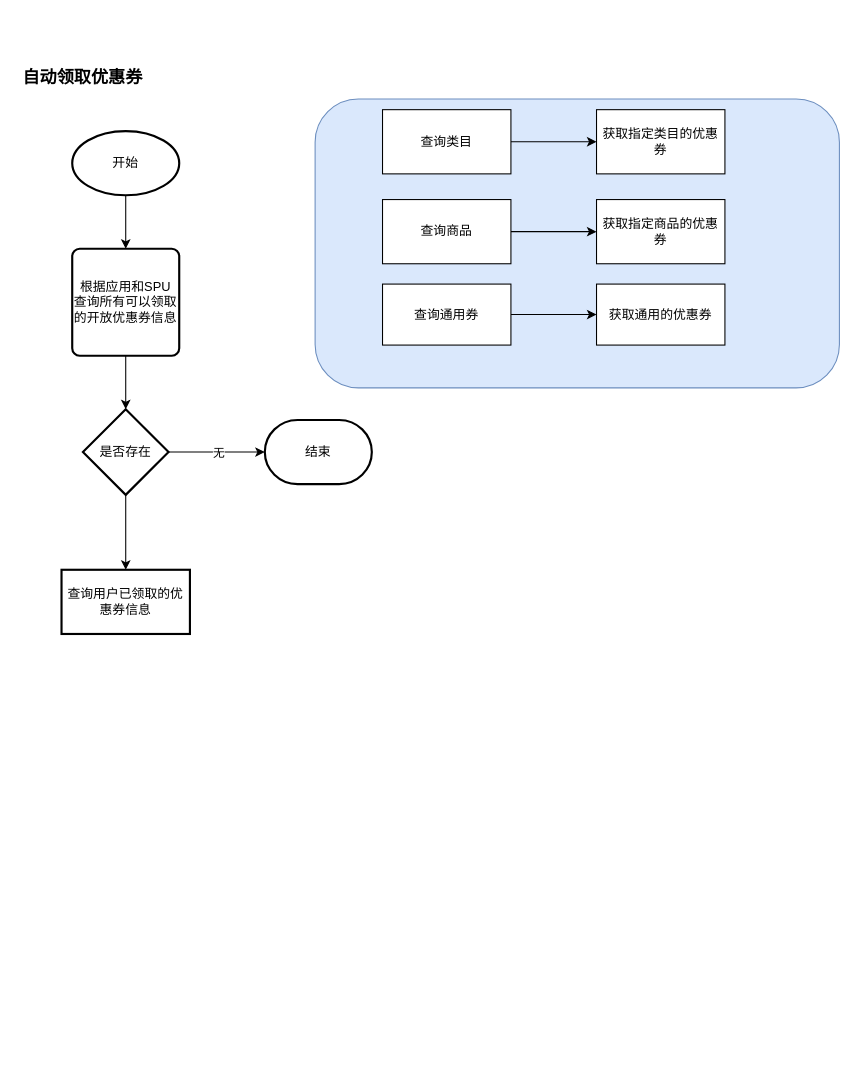
The draw.io diagram 未命名绘图.drawio in SteveGlory/steveglory.github.io, before the edit. Source tidied: cells renumbered, new cells numbered last; positions are measured from the earlier drawing's top-left corner, leaving out a move shared by most shapes. Both pictures are drawn from the tidied source at 107%, with x=0, y=0 at pixel (18, 66).
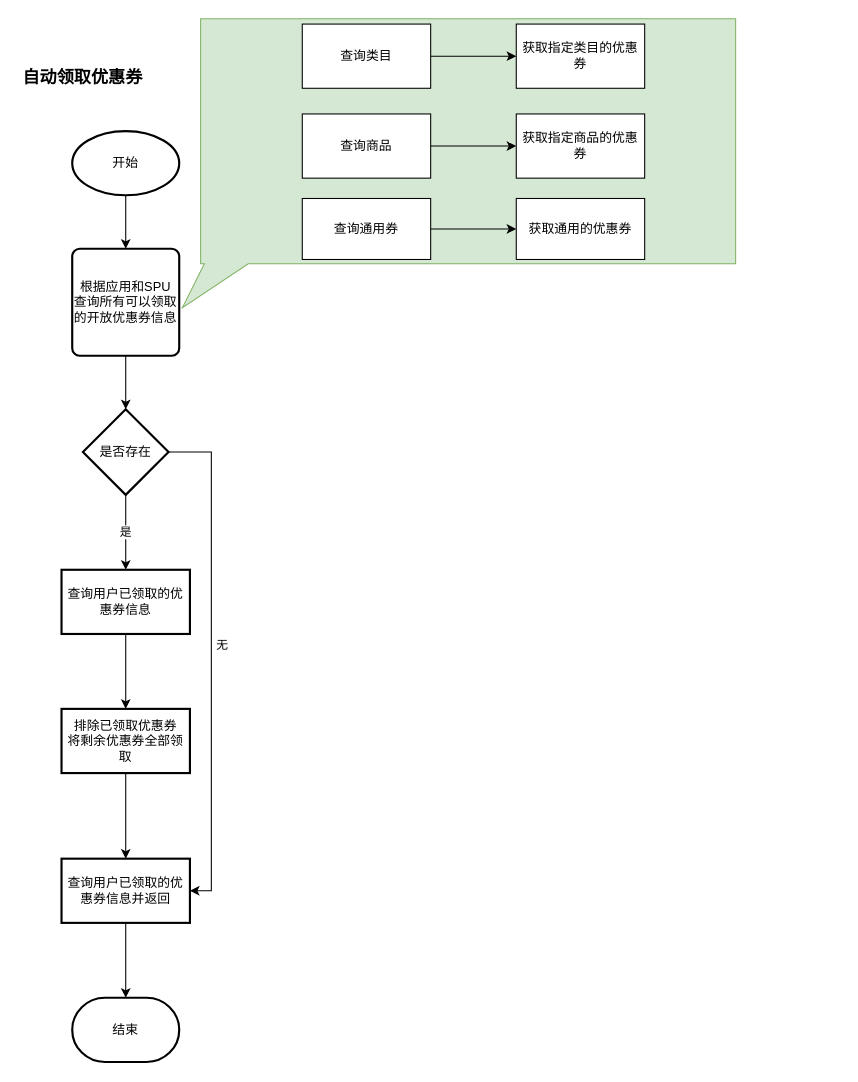
The same diagram, later.

Commit message (it also covers changes not shown here):
更新未命名绘图.drawio

Unchanged cells that the change refers to:
```xml
<mxCell id="10" value="是否存在" style="rhombus;whiteSpace=wrap;html=1;strokeWidth=2;" parent="1" vertex="1">
  <mxGeometry x="60" y="320" width="80" height="80" as="geometry" />
</mxCell>
<mxCell id="12" value="查询用户已领取的优惠券信息" style="whiteSpace=wrap;html=1;strokeWidth=2;" parent="1" vertex="1">
  <mxGeometry x="40" y="470" width="120" height="60" as="geometry" />
</mxCell>
```

Diff of the diagram source:
```diff
@@
-    <mxCell id="2" style="rounded=1;whiteSpace=wrap;html=1;fillColor=#dae8fc;strokeColor=#6c8ebf;" parent="1" vertex="1">
-      <mxGeometry x="277" y="30" width="490" height="270" as="geometry" />
-    </mxCell>
+    <mxCell id="23" style="whiteSpace=wrap;html=1;shape=mxgraph.basic.rectCallout;dx=24;dy=41;boundedLbl=1;fillColor=#d5e8d4;strokeColor=#82b366;" parent="1" vertex="1">
+      <mxGeometry x="170" y="-45" width="500" height="270" as="geometry" />
+    </mxCell>
@@
-    <mxCell id="7" style="edgeStyle=orthogonalEdgeStyle;rounded=0;jettySize=auto;html=1;" parent="1" edge="1" source="10" target="11">
-      <mxGeometry relative="1" as="geometry" />
+    <mxCell id="7" style="edgeStyle=orthogonalEdgeStyle;rounded=0;jettySize=auto;html=1;entryX=1;entryY=0.5;entryDx=0;entryDy=0;" parent="1" edge="1" source="10" target="28">
+      <mxGeometry relative="1" as="geometry">
+        <Array as="points">
+          <mxPoint x="180" y="360" />
+          <mxPoint x="180" y="770" />
+        </Array>
+      </mxGeometry>
     </mxCell>
@@
-    <mxCell id="9" style="edgeStyle=orthogonalEdgeStyle;rounded=0;jettySize=auto;html=1;" parent="1" edge="1" source="10" target="12">
+    <mxCell id="9" value="是" style="edgeStyle=orthogonalEdgeStyle;rounded=0;jettySize=auto;html=1;" parent="1" edge="1" source="10" target="12">
       <mxGeometry relative="1" as="geometry" />
     </mxCell>
@@
     <mxCell id="11" value="结束" style="strokeWidth=2;html=1;shape=mxgraph.flowchart.terminator;whiteSpace=wrap;" parent="1" vertex="1">
-      <mxGeometry x="230" y="330" width="100" height="60" as="geometry" />
+      <mxGeometry x="50" y="870" width="100" height="60" as="geometry" />
     </mxCell>
+    <mxCell id="24" style="edgeStyle=orthogonalEdgeStyle;rounded=0;jettySize=auto;html=1;" parent="1" edge="1" source="12" target="26">
+      <mxGeometry relative="1" as="geometry" />
+    </mxCell>
@@
     <mxCell id="15" value="查询类目" style="rounded=0;whiteSpace=wrap;html=1;" parent="1" vertex="1">
-      <mxGeometry x="340" y="40" width="120" height="60" as="geometry" />
+      <mxGeometry x="265" y="-40" width="120" height="60" as="geometry" />
     </mxCell>
     <mxCell id="16" value="获取指定类目的优惠券" style="rounded=0;whiteSpace=wrap;html=1;" parent="1" vertex="1">
-      <mxGeometry x="540" y="40" width="120" height="60" as="geometry" />
+      <mxGeometry x="465" y="-40" width="120" height="60" as="geometry" />
     </mxCell>
@@
     <mxCell id="18" value="查询商品" style="rounded=0;whiteSpace=wrap;html=1;" parent="1" vertex="1">
-      <mxGeometry x="340" y="124" width="120" height="60" as="geometry" />
+      <mxGeometry x="265" y="44" width="120" height="60" as="geometry" />
     </mxCell>
     <mxCell id="19" value="获取指定商品的优惠券" style="rounded=0;whiteSpace=wrap;html=1;" parent="1" vertex="1">
-      <mxGeometry x="540" y="124" width="120" height="60" as="geometry" />
+      <mxGeometry x="465" y="44" width="120" height="60" as="geometry" />
     </mxCell>
@@
     <mxCell id="21" value="查询通用券" style="rounded=0;whiteSpace=wrap;html=1;" parent="1" vertex="1">
-      <mxGeometry x="340" y="203" width="120" height="57" as="geometry" />
+      <mxGeometry x="265" y="123" width="120" height="57" as="geometry" />
     </mxCell>
     <mxCell id="22" value="获取通用的优惠券" style="rounded=0;whiteSpace=wrap;html=1;" parent="1" vertex="1">
-      <mxGeometry x="540" y="203" width="120" height="57" as="geometry" />
+      <mxGeometry x="465" y="123" width="120" height="57" as="geometry" />
     </mxCell>
+    <mxCell id="25" style="edgeStyle=orthogonalEdgeStyle;rounded=0;jettySize=auto;html=1;" parent="1" edge="1" source="26" target="28">
+      <mxGeometry relative="1" as="geometry" />
+    </mxCell>
+    <mxCell id="26" value="排除已领取优惠券&lt;div&gt;将剩余优惠券全部领取&lt;/div&gt;" style="whiteSpace=wrap;html=1;strokeWidth=2;" parent="1" vertex="1">
+      <mxGeometry x="40" y="600" width="120" height="60" as="geometry" />
+    </mxCell>
+    <mxCell id="27" style="edgeStyle=orthogonalEdgeStyle;rounded=0;jettySize=auto;html=1;" parent="1" edge="1" source="28" target="11">
+      <mxGeometry relative="1" as="geometry" />
+    </mxCell>
+    <mxCell id="28" value="查询用户已领取的优惠券信息并返回" style="whiteSpace=wrap;html=1;strokeWidth=2;" parent="1" vertex="1">
+      <mxGeometry x="40" y="740" width="120" height="60" as="geometry" />
+    </mxCell>
```
